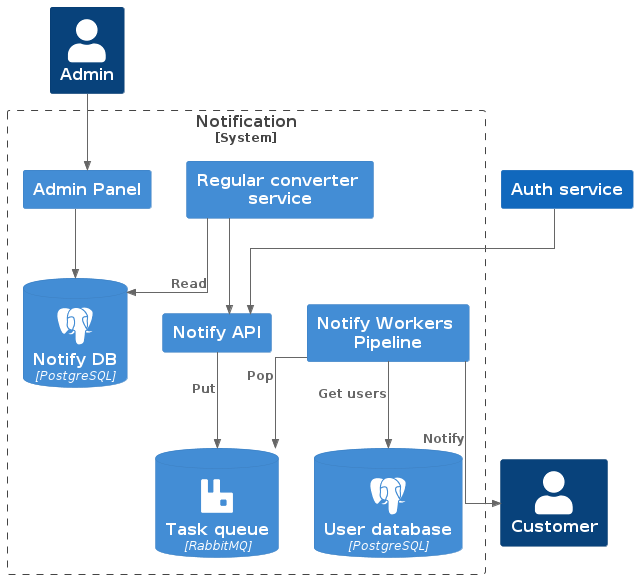
Earlier version of the PlantUML export diagrams/out/to_be.png (likeinlife-Yandex-Practicum/notification).
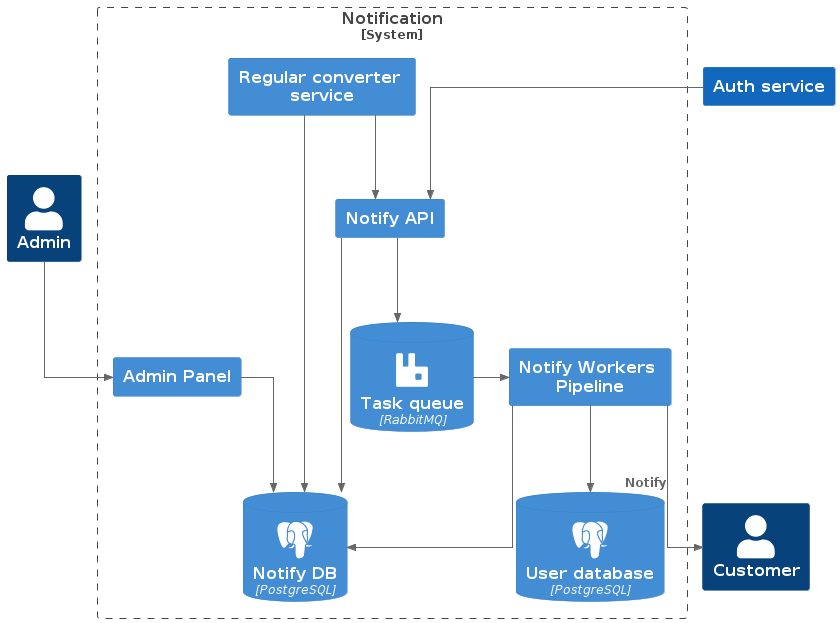
The same file after the commit.

The edit, as a diff of the source:
```diff
@@ -3,7 +3,6 @@
 !define SPRITES https://raw.githubusercontent.com/rabelenda/cicon-plantuml-sprites/v1.0/sprites
 !include SPRITES/postgresql.puml
 !include SPRITES/rabbitmq.puml
-skinparam linetype polyline
 skinparam linetype ortho
 
 HIDE_STEREOTYPE()
@@ -28,12 +27,15 @@
 Rel(notify_admin, admin_panel, "")
 Rel(admin_panel, db, "")
 
-Rel(notify_api, queue, "Put")
+Rel_R(notify_api, db, "")
+Rel(notify_api, queue, " ")
 
-Rel(notify_regular_service, db, "Read")
+Rel(notify_regular_service, db, " ")
 Rel(notify_regular_service, notify_api, "")
-Rel(notify_workers_pipeline, user_db, "Get users")
-Rel(notify_workers_pipeline, queue, "Pop")
+
+Rel(notify_workers_pipeline, user_db, " ")
+Rel_R(queue, notify_workers_pipeline, " ")
+Rel(notify_workers_pipeline, db, " ")
 
 Rel(notify_workers_pipeline, user, "Notify")
 
```
